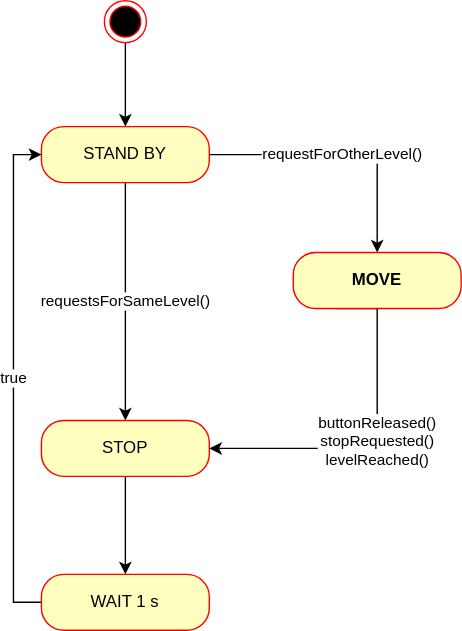
HaunsTM/honshuslucka keeps this draw.io diagram as chickenHatchStates.svg. Above is the earlier version. Source tidied: cells renumbered, new cells last; positions are measured from the earlier drawing's top-left corner, leaving out a move shared by most shapes.
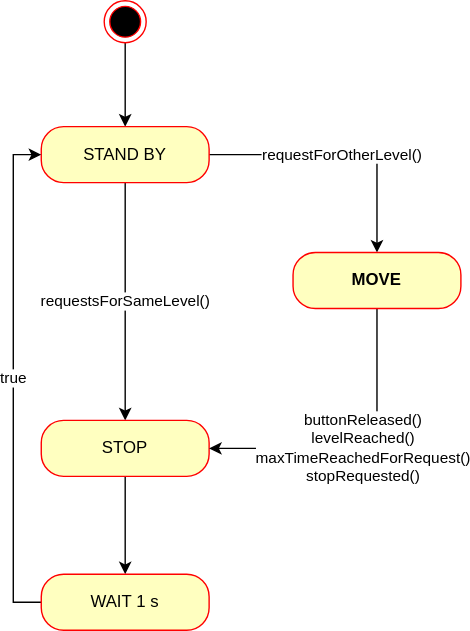
After the change.

Diff of the diagram source:
```diff
@@ -29,10 +29,9 @@
     <mxCell id="10" value="WAIT 1 s" style="rounded=1;whiteSpace=wrap;html=1;arcSize=40;fontColor=#000000;fillColor=#ffffc0;strokeColor=#ff0000;" parent="1" vertex="1">
       <mxGeometry y="410" width="120" height="40" as="geometry" />
     </mxCell>
-    <mxCell id="11" value="buttonReleased()&lt;br&gt;stopRequested()&lt;br&gt;levelReached()" style="edgeStyle=orthogonalEdgeStyle;rounded=0;jettySize=auto;html=1;exitX=0.25;exitY=1;exitDx=0;exitDy=0;entryX=1;entryY=0.5;entryDx=0;entryDy=0;" parent="1" edge="1" source="12" target="9">
+    <mxCell id="11" value="buttonReleased()&lt;br&gt;levelReached()&lt;br&gt;maxTimeReachedForRequest()&lt;br&gt;stopRequested()" style="edgeStyle=orthogonalEdgeStyle;rounded=0;jettySize=auto;html=1;entryX=1;entryY=0.5;entryDx=0;entryDy=0;" parent="1" edge="1" source="12" target="9">
       <mxGeometry relative="1" as="geometry">
         <Array as="points">
-          <mxPoint x="240" y="220" />
           <mxPoint x="240" y="320" />
         </Array>
       </mxGeometry>
```
